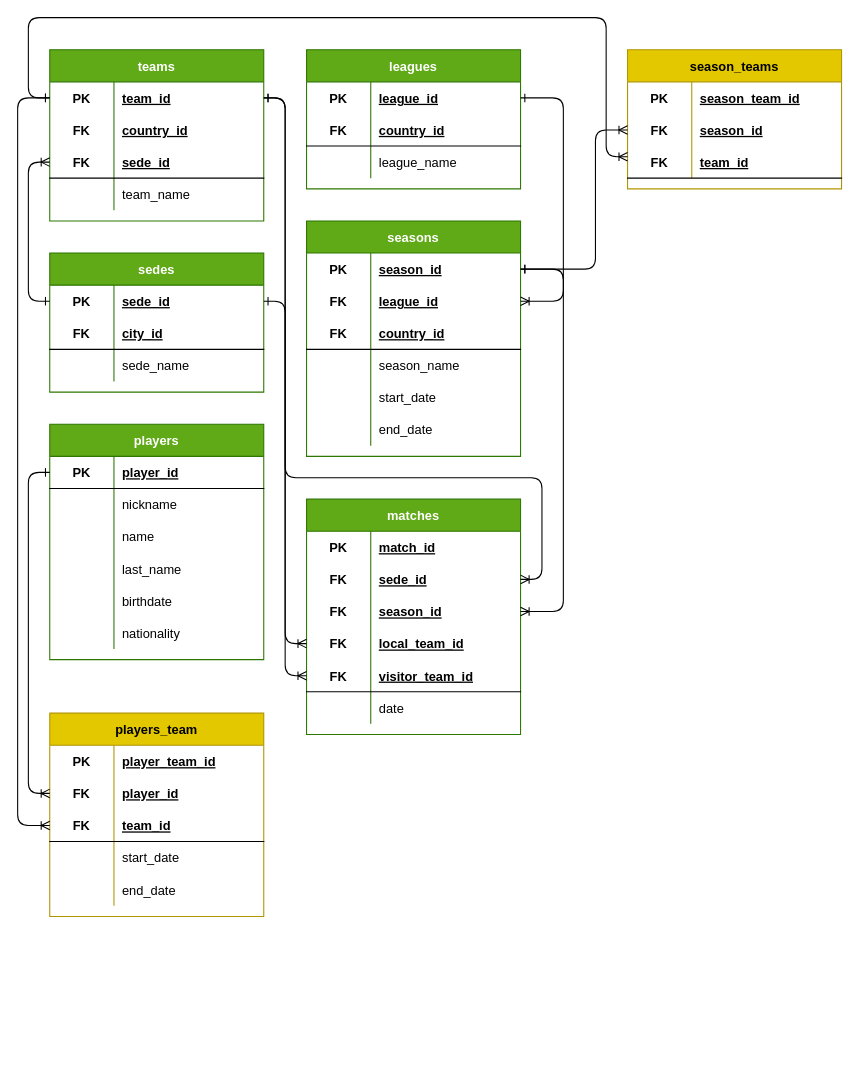
r3card0/soccer.stats keeps this draw.io diagram as page "model" (2 of 2) of soccer_model.drawio. Above is the earlier version. Source tidied: cells renumbered, new cells numbered last; positions are measured from the earlier drawing's top-left corner, leaving out a move shared by most shapes. Both pictures are drawn from the tidied source at 107%, with x=0, y=0 at pixel (17, 17).
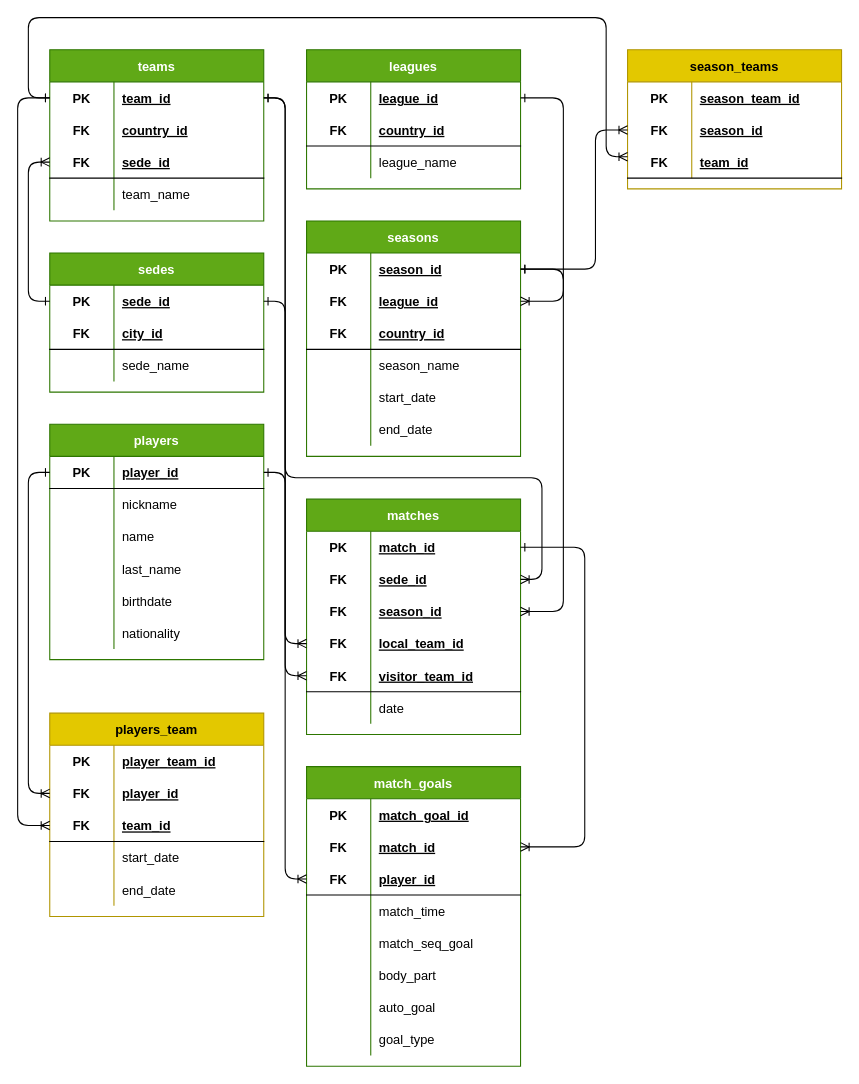
After the change.

Commit message:
match goals model added

Unchanged cells that the change refers to:
```xml
<mxCell id="69" style="shape=partialRectangle;fillColor=none;top=0;left=0;bottom=1;right=0;points=[[0,0.5],[1,0.5]];portConstraint=eastwest;" parent="68" vertex="1">
  <mxGeometry y="30" width="200" height="30" as="geometry" />
</mxCell>
<mxCell id="106" style="shape=partialRectangle;fillColor=none;top=0;left=0;bottom=0;right=0;points=[[0,0.5],[1,0.5]];portConstraint=eastwest;" parent="105" vertex="1">
  <mxGeometry y="30" width="200" height="30" as="geometry" />
</mxCell>
```

What changed in the source:
```diff
@@
+    <mxCell id="128" value="match_goals" style="shape=table;startSize=30;childLayout=tableLayout;rowLines=0;fontStyle=1;align=center;fillColor=#60a917;fontColor=#ffffff;strokeColor=#2D7600;" parent="1" vertex="1">
+      <mxGeometry x="270" y="700" width="200" height="280" as="geometry" />
+    </mxCell>
+    <mxCell id="129" style="shape=partialRectangle;fillColor=none;top=0;left=0;bottom=0;right=0;" parent="128" vertex="1">
+      <mxGeometry y="30" width="200" height="30" as="geometry" />
+    </mxCell>
+    <mxCell id="130" value="PK" style="shape=partialRectangle;fillColor=none;top=0;left=0;bottom=0;right=0;fontStyle=1;overflow=hidden;" parent="129" vertex="1">
+      <mxGeometry width="60" height="30" as="geometry" />
+    </mxCell>
+    <mxCell id="131" value="match_goal_id" style="shape=partialRectangle;fillColor=none;top=0;left=0;bottom=0;right=0;align=left;spacingLeft=6;fontStyle=5;overflow=hidden;" parent="129" vertex="1">
+      <mxGeometry x="60" width="140" height="30" as="geometry" />
+    </mxCell>
+    <mxCell id="132" style="shape=partialRectangle;fillColor=none;top=0;left=0;bottom=0;right=0;points=[[0,0.5],[1,0.5]];portConstraint=eastwest;" parent="128" vertex="1">
+      <mxGeometry y="60" width="200" height="30" as="geometry" />
+    </mxCell>
+    <mxCell id="133" value="FK" style="shape=partialRectangle;fillColor=none;top=0;left=0;bottom=0;right=0;fontStyle=1;overflow=hidden;" parent="132" vertex="1">
+      <mxGeometry width="60" height="30" as="geometry" />
+    </mxCell>
+    <mxCell id="134" value="match_id" style="shape=partialRectangle;fillColor=none;top=0;left=0;bottom=0;right=0;align=left;spacingLeft=6;fontStyle=5;overflow=hidden;" parent="132" vertex="1">
+      <mxGeometry x="60" width="140" height="30" as="geometry" />
+    </mxCell>
+    <mxCell id="135" style="shape=partialRectangle;fillColor=none;top=0;left=0;bottom=1;right=0;points=[[0,0.5],[1,0.5]];portConstraint=eastwest;" parent="128" vertex="1">
+      <mxGeometry y="90" width="200" height="30" as="geometry" />
+    </mxCell>
+    <mxCell id="136" value="FK" style="shape=partialRectangle;fillColor=none;top=0;left=0;bottom=0;right=0;fontStyle=1;overflow=hidden;" parent="135" vertex="1">
+      <mxGeometry width="60" height="30" as="geometry" />
+    </mxCell>
+    <mxCell id="137" value="player_id" style="shape=partialRectangle;fillColor=none;top=0;left=0;bottom=0;right=0;align=left;spacingLeft=6;fontStyle=5;overflow=hidden;" parent="135" vertex="1">
+      <mxGeometry x="60" width="140" height="30" as="geometry" />
+    </mxCell>
+    <mxCell id="138" style="shape=partialRectangle;fillColor=none;top=0;left=0;bottom=0;right=0;" parent="128" vertex="1">
+      <mxGeometry y="120" width="200" height="30" as="geometry" />
+    </mxCell>
+    <mxCell id="139" style="shape=partialRectangle;fillColor=none;top=0;left=0;bottom=0;right=0;overflow=hidden;" parent="138" vertex="1">
+      <mxGeometry width="60" height="30" as="geometry" />
+    </mxCell>
+    <mxCell id="140" value="match_time" style="shape=partialRectangle;fillColor=none;top=0;left=0;bottom=0;right=0;align=left;spacingLeft=6;overflow=hidden;" parent="138" vertex="1">
+      <mxGeometry x="60" width="140" height="30" as="geometry" />
+    </mxCell>
+    <mxCell id="141" style="shape=partialRectangle;fillColor=none;top=0;left=0;bottom=0;right=0;" parent="128" vertex="1">
+      <mxGeometry y="150" width="200" height="30" as="geometry" />
+    </mxCell>
+    <mxCell id="142" style="shape=partialRectangle;fillColor=none;top=0;left=0;bottom=0;right=0;overflow=hidden;" parent="141" vertex="1">
+      <mxGeometry width="60" height="30" as="geometry" />
+    </mxCell>
+    <mxCell id="143" value="match_seq_goal" style="shape=partialRectangle;fillColor=none;top=0;left=0;bottom=0;right=0;align=left;spacingLeft=6;overflow=hidden;" parent="141" vertex="1">
+      <mxGeometry x="60" width="140" height="30" as="geometry" />
+    </mxCell>
+    <mxCell id="144" style="shape=partialRectangle;fillColor=none;top=0;left=0;bottom=0;right=0;" parent="128" vertex="1">
+      <mxGeometry y="180" width="200" height="30" as="geometry" />
+    </mxCell>
+    <mxCell id="145" style="shape=partialRectangle;fillColor=none;top=0;left=0;bottom=0;right=0;overflow=hidden;" parent="144" vertex="1">
+      <mxGeometry width="60" height="30" as="geometry" />
+    </mxCell>
+    <mxCell id="146" value="body_part" style="shape=partialRectangle;fillColor=none;top=0;left=0;bottom=0;right=0;align=left;spacingLeft=6;overflow=hidden;" parent="144" vertex="1">
+      <mxGeometry x="60" width="140" height="30" as="geometry" />
+    </mxCell>
+    <mxCell id="147" style="shape=partialRectangle;fillColor=none;top=0;left=0;bottom=0;right=0;" parent="128" vertex="1">
+      <mxGeometry y="210" width="200" height="30" as="geometry" />
+    </mxCell>
+    <mxCell id="148" style="shape=partialRectangle;fillColor=none;top=0;left=0;bottom=0;right=0;overflow=hidden;" parent="147" vertex="1">
+      <mxGeometry width="60" height="30" as="geometry" />
+    </mxCell>
+    <mxCell id="149" value="auto_goal" style="shape=partialRectangle;fillColor=none;top=0;left=0;bottom=0;right=0;align=left;spacingLeft=6;overflow=hidden;" parent="147" vertex="1">
+      <mxGeometry x="60" width="140" height="30" as="geometry" />
+    </mxCell>
+    <mxCell id="150" style="shape=partialRectangle;fillColor=none;top=0;left=0;bottom=0;right=0;" parent="128" vertex="1">
+      <mxGeometry y="240" width="200" height="30" as="geometry" />
+    </mxCell>
+    <mxCell id="151" style="shape=partialRectangle;fillColor=none;top=0;left=0;bottom=0;right=0;overflow=hidden;" parent="150" vertex="1">
+      <mxGeometry width="60" height="30" as="geometry" />
+    </mxCell>
+    <mxCell id="152" value="goal_type" style="shape=partialRectangle;fillColor=none;top=0;left=0;bottom=0;right=0;align=left;spacingLeft=6;overflow=hidden;" parent="150" vertex="1">
+      <mxGeometry x="60" width="140" height="30" as="geometry" />
+    </mxCell>
+    <mxCell id="153" style="edgeStyle=none;html=1;entryX=1;entryY=0.5;entryDx=0;entryDy=0;startArrow=ERone;startFill=0;endArrow=ERoneToMany;endFill=0;exitX=1;exitY=0.5;exitDx=0;exitDy=0;" parent="1" edge="1" source="106" target="132">
+      <mxGeometry relative="1" as="geometry">
+        <Array as="points">
+          <mxPoint x="530" y="495" />
+          <mxPoint x="530" y="775" />
+        </Array>
+      </mxGeometry>
+    </mxCell>
+    <mxCell id="154" style="edgeStyle=none;html=1;entryX=0;entryY=0.5;entryDx=0;entryDy=0;startArrow=ERone;startFill=0;endArrow=ERoneToMany;endFill=0;exitX=1;exitY=0.5;exitDx=0;exitDy=0;" parent="1" edge="1" source="69" target="135">
+      <mxGeometry relative="1" as="geometry">
+        <Array as="points">
+          <mxPoint x="250" y="425" />
+          <mxPoint x="250" y="805" />
+        </Array>
+      </mxGeometry>
+    </mxCell>
```
